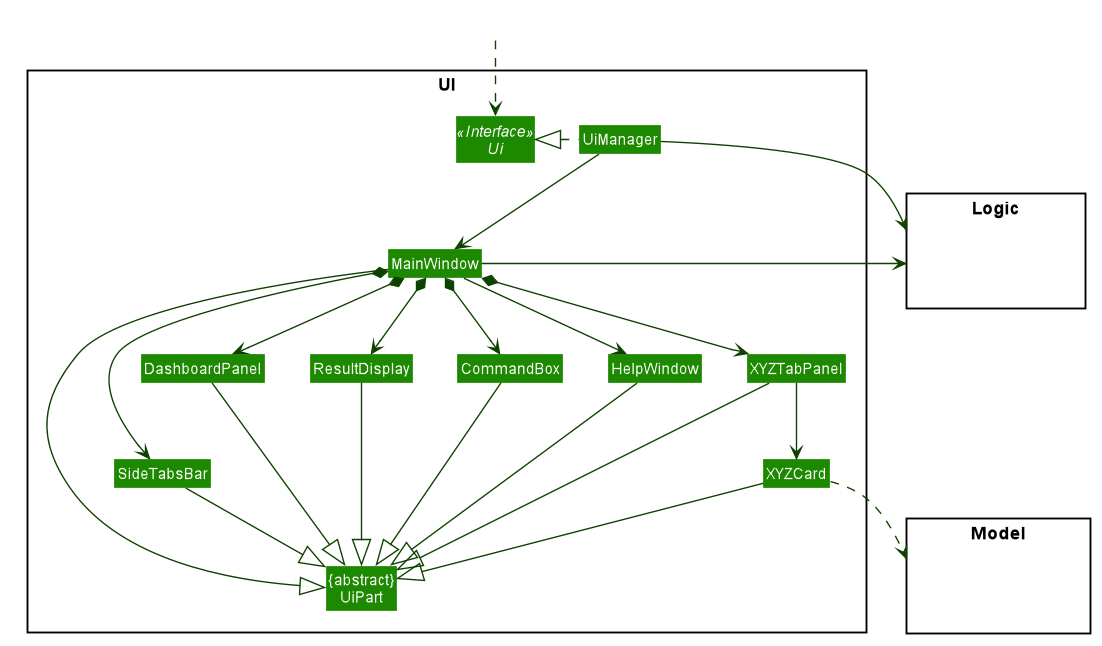
Earlier version of the PlantUML export docs/images/UiClassDiagram.png (zenatrick/main).
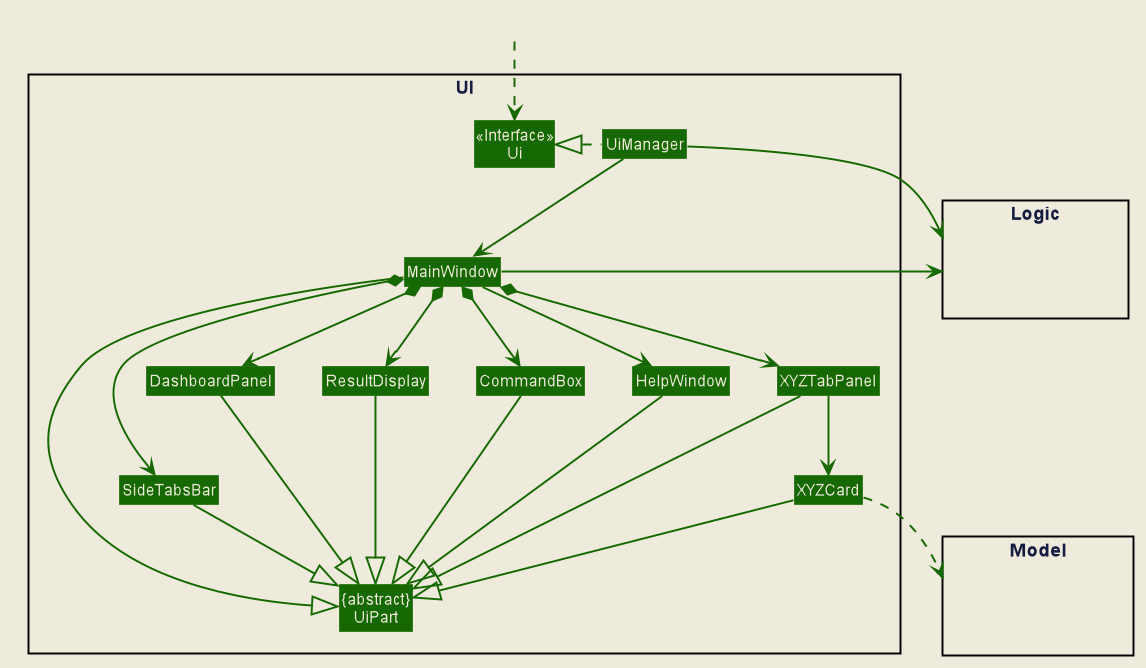
Later version of the same file.

Change to the diagram source:
```diff
@@ -6,17 +6,59 @@
 
 
 
+skinparam BackgroundColor #EEEBDC
+skinparam Shadowing false
+skinparam MinClassWidth 50
+skinparam PackageStyle Rectangle
 
+skinparam Default {
+    FontColor #171D40
+    FontName Arial
+    TextAlignment center
+}
 
-skinparam BackgroundColor #FFFFFFF
+skinparam Participant {
+    Padding 10
+    BorderColor #171D40
+}
 
-skinparam Shadowing false
+skinparam Title {
+    FontColor #171D40
+    FontName Arial
+    FontSize 22
+}
+
+skinparam Arrow {
+    Thickness 1.5
+    Color MidNightBlue
+}
+
+skinparam Note {
+    BackgroundColor #C6EAE3
+    FontColor MidNightBlue
+    BorderColor MidNightBlue
+    BorderThickness 2
+}
 
 skinparam Class {
-    FontColor #FFFFFF
     BorderThickness 1
-    BorderColor #FFFFFF
-    StereotypeFontColor #FFFFFF
+    BorderColor #171D40
+    BackgroundColor #A2E5F9
+    AttributeFontColor MidNightBlue
+    AttributeIconSize 0
+    StereotypeFontColor #171D40
+    StereotypeFontStyle normal
+    FontName Arial
+}
+
+skinparam Object {
+    BorderThickness 2
+    BorderColor #171D40
+    BackgroundColor #C6EAE3
+    AttributeFontColor MidNightBlue
+    AttributeIconSize 0
+    StereotypeFontColor #171D40
+    StereotypeFontStyle normal
     FontName Arial
 }
 
@@ -27,33 +69,52 @@
 }
 
 skinparam Sequence {
-    MessageAlign center
-    BoxFontSize 15
+    LifeLineBackgroundColor #C6EAE3
+    LifeLineBorderColor #171D40
+    LifeLineBorderThickness 1.5
+    MessageAlignment center
+    SequenceParticipantBorderThickness 10
+    ReferenceBackgroundColor #C6EAE3
+    ReferenceBorderColor #171D40
+    TitleFontColor #171D40
+    StereotypeFontStyle normal
+    BoxFontSize 22
+    BoxFontName Arial
+    BoxFontStyle normal
     BoxPadding 0
-    BoxFontColor #FFFFFF
-    FontName Arial
+    BoxBorderColor #EEEBDC
 }
 
 skinparam Participant {
-    FontColor #FFFFFFF
     Padding 20
 }
 
-skinparam MinClassWidth 50
-skinparam ParticipantPadding 10
-skinparam Shadowing false
-skinparam DefaultTextAlignment center
-skinparam packageStyle Rectangle
+skinparam Activity {
+    StartColor #171D40
+    EndColor #171D40
+    BorderThickness 1.5
+    BorderColor #171D40
+    BackgroundColor #A2E5F9
+    DiamondBackgroundColor #A2E5F9
+    DiamondBorderColor #171D40
+}
 
 hide footbox
-hide members
 hide circle
-skinparam arrowThickness 1.1
-skinparam arrowColor #0E4100
-skinparam classBackgroundColor #1D8900
+
+skinparam Class {
+    BorderColor #EEEBDC
+    FontColor #EEEBDC
+    BackgroundColor #166800
+    StereotypeFontColor #EEEBDC
+}
+skinparam ArrowColor #166800
+Class HiddenOutside #EEEBDC
+
+hide member
 
 package UI <<Rectangle>>{
-Interface Ui <<Interface>>
+Class Ui <<Interface>>
 Class "{abstract}\nUiPart" as UiPart
 Class UiManager
 Class MainWindow
@@ -67,14 +128,14 @@
 }
 
 package Model <<Rectangle>> {
-Class HiddenModel #FFFFFF
+Class HiddenModel #EEEBDC
 }
 
 package Logic <<Rectangle>> {
-Class HiddenLogic #FFFFFF
+Class HiddenLogic #EEEBDC
 }
 
-Class HiddenOutside #FFFFFF
+Class HiddenOutside #EEEBDC
 HiddenOutside ..> Ui
 
 UiManager .left.|> Ui
```
